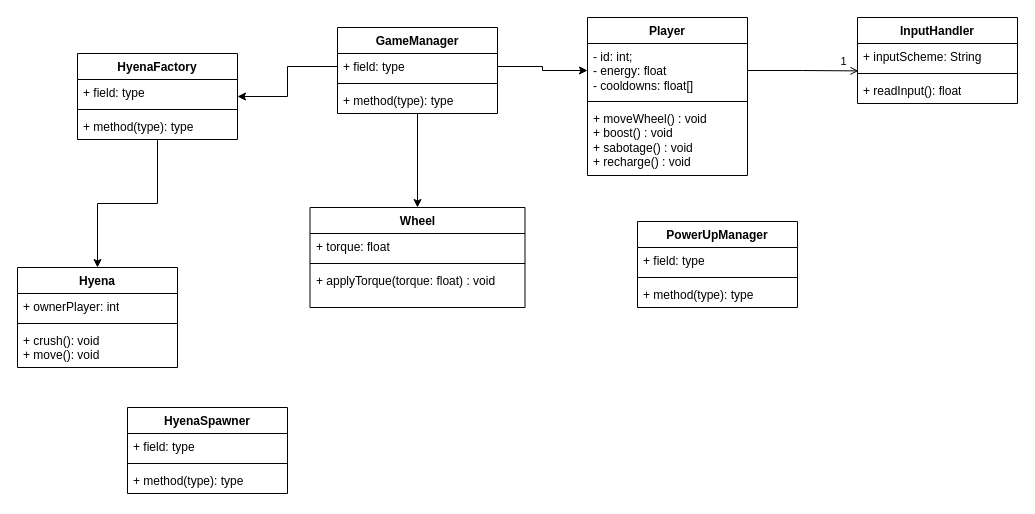
nsy115-11404f/modelisation keeps this draw.io diagram as CrushClassDiagram.drawio. Above is the earlier version. Source tidied: cells renumbered, new cells numbered last; positions are measured from the earlier drawing's top-left corner, leaving out a move shared by most shapes. Both pictures are drawn from the tidied source at 100%, with x=0, y=0 at pixel (17, 17).
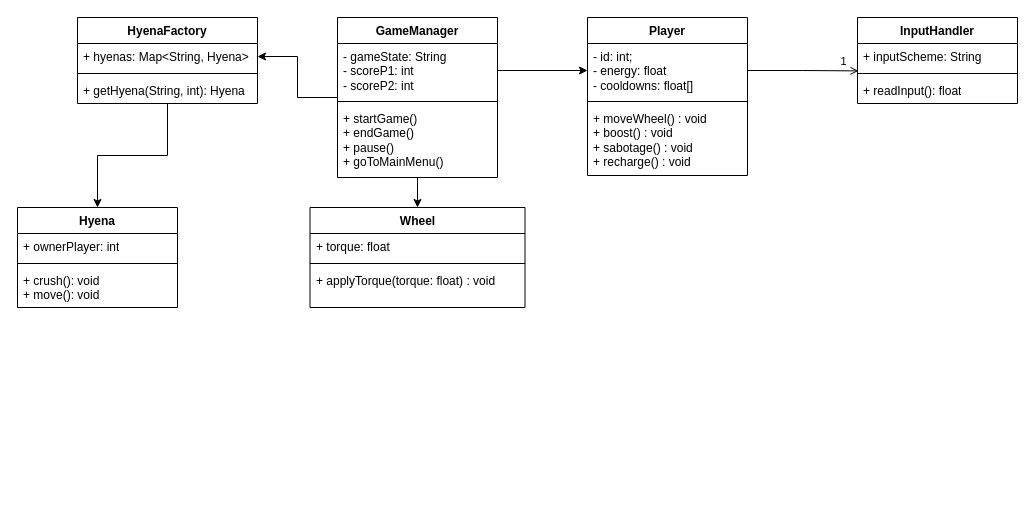
After the change.

The change refers to these unchanged cells:
```xml
<mxCell id="8" value="&lt;div&gt;- id: int;&lt;/div&gt;&lt;div&gt;- energy: float&amp;nbsp;&lt;/div&gt;&lt;div&gt;- cooldowns: float[]&amp;nbsp;&lt;/div&gt;" style="text;strokeColor=none;fillColor=none;align=left;verticalAlign=top;spacingLeft=4;spacingRight=4;overflow=hidden;points=[[0,0.5],[1,0.5]];portConstraint=eastwest;whiteSpace=wrap;html=1;" parent="7" vertex="1">
  <mxGeometry y="26" width="160" height="54" as="geometry" />
</mxCell>
```

The edit, as a diff of the source:
```diff
@@
+    <mxCell id="40" style="edgeStyle=orthogonalEdgeStyle;rounded=0;jettySize=auto;html=1;entryX=1;entryY=0.5;entryDx=0;entryDy=0;" parent="1" edge="1" source="3" target="29">
+      <mxGeometry relative="1" as="geometry" />
+    </mxCell>
     <mxCell id="3" value="GameManager" style="swimlane;fontStyle=1;align=center;verticalAlign=top;horizontal=1;startSize=26;whiteSpace=wrap;html=1;" parent="1" vertex="1">
-      <mxGeometry x="320" y="10" width="160" height="86" as="geometry" />
+      <mxGeometry x="320" width="160" height="160" as="geometry" />
     </mxCell>
-    <mxCell id="4" value="+ field: type" style="text;strokeColor=none;fillColor=none;align=left;verticalAlign=top;spacingLeft=4;spacingRight=4;overflow=hidden;points=[[0,0.5],[1,0.5]];portConstraint=eastwest;whiteSpace=wrap;html=1;" parent="3" vertex="1">
-      <mxGeometry y="26" width="160" height="26" as="geometry" />
+    <mxCell id="4" value="- gameState: String&lt;div&gt;- scoreP1: int&lt;/div&gt;&lt;div&gt;- scoreP2: int&lt;/div&gt;" style="text;strokeColor=none;fillColor=none;align=left;verticalAlign=top;spacingLeft=4;spacingRight=4;overflow=hidden;points=[[0,0.5],[1,0.5]];portConstraint=eastwest;whiteSpace=wrap;html=1;" parent="3" vertex="1">
+      <mxGeometry y="26" width="160" height="54" as="geometry" />
     </mxCell>
     <mxCell id="5" style="line;strokeWidth=1;fillColor=none;align=left;verticalAlign=middle;spacingTop=-1;spacingLeft=3;spacingRight=3;labelPosition=right;strokeColor=inherit;" parent="3" vertex="1">
-      <mxGeometry y="52" width="160" height="8" as="geometry" />
+      <mxGeometry y="80" width="160" height="8" as="geometry" />
     </mxCell>
-    <mxCell id="6" value="+ method(type): type" style="text;strokeColor=none;fillColor=none;align=left;verticalAlign=top;spacingLeft=4;spacingRight=4;overflow=hidden;whiteSpace=wrap;html=1;" parent="3" vertex="1">
-      <mxGeometry y="60" width="160" height="26" as="geometry" />
+    <mxCell id="6" value="+ startGame()&lt;div&gt;+ endGame()&lt;/div&gt;&lt;div&gt;+ pause()&lt;/div&gt;&lt;div&gt;+ goToMainMenu()&lt;/div&gt;" style="text;strokeColor=none;fillColor=none;align=left;verticalAlign=top;spacingLeft=4;spacingRight=4;overflow=hidden;whiteSpace=wrap;html=1;" parent="3" vertex="1">
+      <mxGeometry y="88" width="160" height="72" as="geometry" />
     </mxCell>
@@
-    <mxCell id="19" value="PowerUpManager" style="swimlane;fontStyle=1;align=center;verticalAlign=top;horizontal=1;startSize=26;whiteSpace=wrap;html=1;" parent="1" vertex="1">
-      <mxGeometry x="620" y="204" width="160" height="86" as="geometry" />
-    </mxCell>
-    <mxCell id="20" value="+ field: type" style="text;strokeColor=none;fillColor=none;align=left;verticalAlign=top;spacingLeft=4;spacingRight=4;overflow=hidden;whiteSpace=wrap;html=1;" parent="19" vertex="1">
-      <mxGeometry y="26" width="160" height="26" as="geometry" />
-    </mxCell>
-    <mxCell id="21" style="line;strokeWidth=1;fillColor=none;align=left;verticalAlign=middle;spacingTop=-1;spacingLeft=3;spacingRight=3;labelPosition=right;strokeColor=inherit;" parent="19" vertex="1">
-      <mxGeometry y="52" width="160" height="8" as="geometry" />
-    </mxCell>
-    <mxCell id="22" value="+ method(type): type" style="text;strokeColor=none;fillColor=none;align=left;verticalAlign=top;spacingLeft=4;spacingRight=4;overflow=hidden;whiteSpace=wrap;html=1;" parent="19" vertex="1">
-      <mxGeometry y="60" width="160" height="26" as="geometry" />
-    </mxCell>
-    <mxCell id="23" value="HyenaSpawner" style="swimlane;fontStyle=1;align=center;verticalAlign=top;horizontal=1;startSize=26;whiteSpace=wrap;html=1;" parent="1" vertex="1">
-      <mxGeometry x="110" y="390" width="160" height="86" as="geometry" />
-    </mxCell>
-    <mxCell id="24" value="+ field: type" style="text;strokeColor=none;fillColor=none;align=left;verticalAlign=top;spacingLeft=4;spacingRight=4;overflow=hidden;whiteSpace=wrap;html=1;" parent="23" vertex="1">
-      <mxGeometry y="26" width="160" height="26" as="geometry" />
-    </mxCell>
-    <mxCell id="25" style="line;strokeWidth=1;fillColor=none;align=left;verticalAlign=middle;spacingTop=-1;spacingLeft=3;spacingRight=3;labelPosition=right;strokeColor=inherit;" parent="23" vertex="1">
-      <mxGeometry y="52" width="160" height="8" as="geometry" />
-    </mxCell>
-    <mxCell id="26" value="+ method(type): type" style="text;strokeColor=none;fillColor=none;align=left;verticalAlign=top;spacingLeft=4;spacingRight=4;overflow=hidden;whiteSpace=wrap;html=1;" parent="23" vertex="1">
-      <mxGeometry y="60" width="160" height="26" as="geometry" />
-    </mxCell>
@@
     <mxCell id="28" value="HyenaFactory" style="swimlane;fontStyle=1;align=center;verticalAlign=top;horizontal=1;startSize=26;whiteSpace=wrap;html=1;" parent="1" vertex="1">
-      <mxGeometry x="60" y="36" width="160" height="86" as="geometry" />
+      <mxGeometry x="60" width="180" height="86" as="geometry" />
     </mxCell>
-    <mxCell id="29" value="+ field: type" style="text;strokeColor=none;fillColor=none;align=left;verticalAlign=top;spacingLeft=4;spacingRight=4;overflow=hidden;points=[[0,0.5],[1,0.5]];portConstraint=eastwest;whiteSpace=wrap;html=1;" parent="28" vertex="1">
-      <mxGeometry y="26" width="160" height="26" as="geometry" />
+    <mxCell id="29" value="+ hyenas: Map&amp;lt;String, Hyena&amp;gt;" style="text;strokeColor=none;fillColor=none;align=left;verticalAlign=top;spacingLeft=4;spacingRight=4;overflow=hidden;points=[[0,0.5],[1,0.5]];portConstraint=eastwest;whiteSpace=wrap;html=1;" parent="28" vertex="1">
+      <mxGeometry y="26" width="180" height="26" as="geometry" />
     </mxCell>
     <mxCell id="30" style="line;strokeWidth=1;fillColor=none;align=left;verticalAlign=middle;spacingTop=-1;spacingLeft=3;spacingRight=3;labelPosition=right;strokeColor=inherit;" parent="28" vertex="1">
-      <mxGeometry y="52" width="160" height="8" as="geometry" />
+      <mxGeometry y="52" width="180" height="8" as="geometry" />
     </mxCell>
-    <mxCell id="31" value="+ method(type): type" style="text;strokeColor=none;fillColor=none;align=left;verticalAlign=top;spacingLeft=4;spacingRight=4;overflow=hidden;whiteSpace=wrap;html=1;" parent="28" vertex="1">
-      <mxGeometry y="60" width="160" height="26" as="geometry" />
+    <mxCell id="31" value="+ getHyena(String, int): Hyena" style="text;strokeColor=none;fillColor=none;align=left;verticalAlign=top;spacingLeft=4;spacingRight=4;overflow=hidden;whiteSpace=wrap;html=1;" parent="28" vertex="1">
+      <mxGeometry y="60" width="180" height="26" as="geometry" />
     </mxCell>
     <mxCell id="32" value="Hyena" style="swimlane;fontStyle=1;align=center;verticalAlign=top;horizontal=1;startSize=26;whiteSpace=wrap;html=1;" parent="1" vertex="1">
-      <mxGeometry y="250" width="160" height="100" as="geometry" />
+      <mxGeometry y="190" width="160" height="100" as="geometry" />
     </mxCell>
@@
-    <mxCell id="38" style="edgeStyle=orthogonalEdgeStyle;rounded=0;jettySize=auto;html=1;exitX=1;exitY=0.5;exitDx=0;exitDy=0;entryX=0;entryY=0.5;entryDx=0;entryDy=0;" parent="1" edge="1" source="4" target="8">
+    <mxCell id="38" style="edgeStyle=orthogonalEdgeStyle;rounded=0;jettySize=auto;html=1;entryX=0;entryY=0.5;entryDx=0;entryDy=0;" parent="1" edge="1" source="4" target="8">
       <mxGeometry relative="1" as="geometry" />
     </mxCell>
-    <mxCell id="39" style="edgeStyle=orthogonalEdgeStyle;rounded=0;jettySize=auto;html=1;entryX=1;entryY=0.5;entryDx=0;entryDy=0;" parent="1" edge="1" source="4" target="28">
-      <mxGeometry relative="1" as="geometry" />
-    </mxCell>
```
